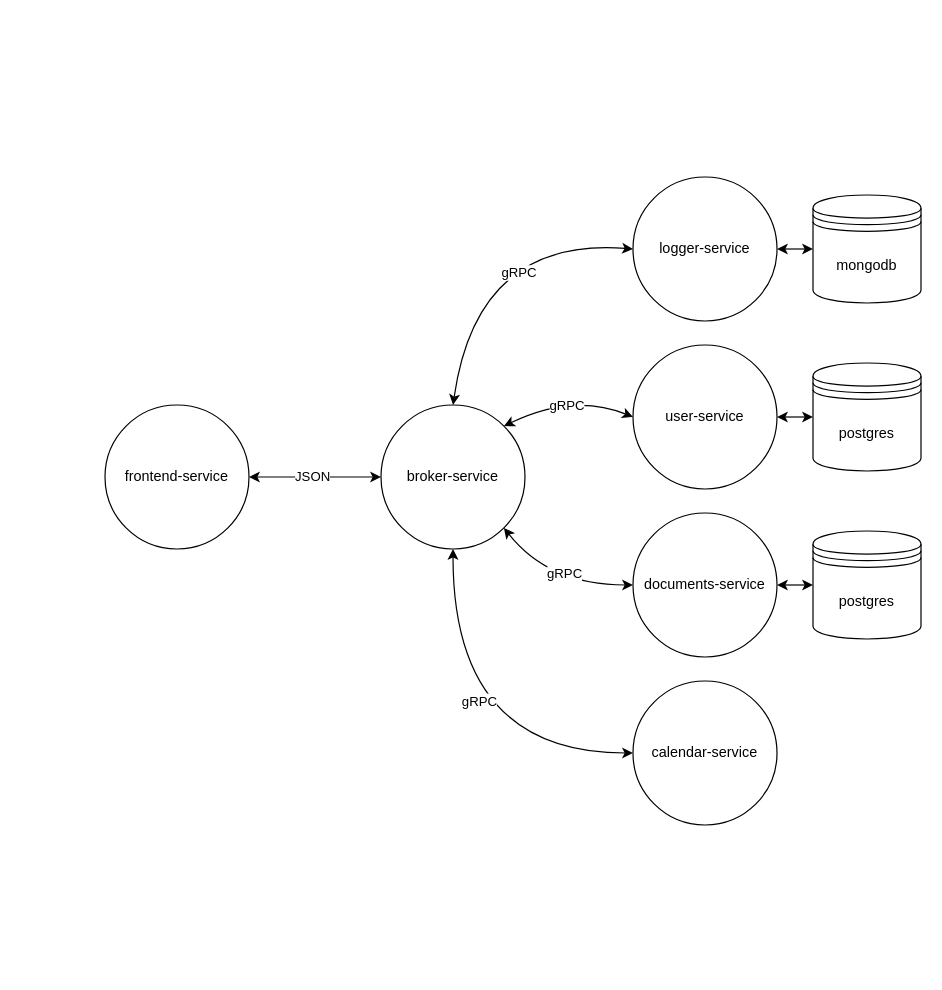
This is docs/diagrams/services-diagram.drawio from samgozman/validity.red, a draw.io file, before an edit. Source tidied: cells renumbered, new cells numbered last; positions are measured from the earlier drawing's top-left corner, leaving out a move shared by most shapes. Both pictures are drawn from the tidied source at 120%, with x=0, y=0 at pixel (104, 176).
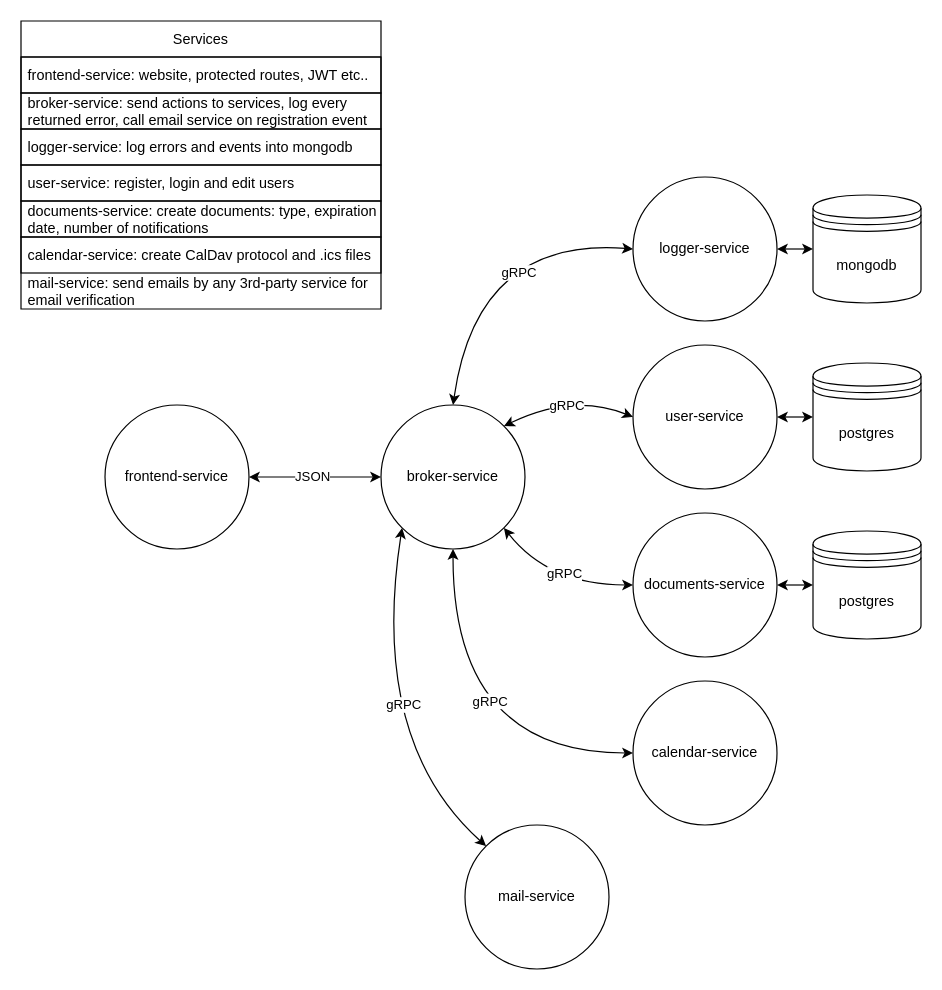
The same page after the edit.

Commit message (it also covers changes not shown here):
Add more information for diagram

The change refers to these unchanged cells:
```xml
<mxCell id="5" style="edgeStyle=orthogonalEdgeStyle;curved=1;jettySize=auto;html=1;exitX=0.5;exitY=1;exitDx=0;exitDy=0;entryX=0;entryY=0.5;entryDx=0;entryDy=0;startArrow=classic;startFill=1;" parent="1" edge="1" source="11" target="16">
  <mxGeometry relative="1" as="geometry" />
</mxCell>
<mxCell id="11" value="broker-service" style="ellipse;whiteSpace=wrap;html=1;" parent="1" vertex="1">
  <mxGeometry x="230" y="190" width="120" height="120" as="geometry" />
</mxCell>
```

Change to the diagram source:
```diff
@@
     <mxCell id="6" value="gRPC" style="edgeLabel;html=1;align=center;verticalAlign=middle;" parent="5" vertex="1">
-      <mxGeometry x="-0.21" y="21" relative="1" as="geometry" />
+      <mxGeometry x="-0.21" y="21" relative="1" as="geometry">
+        <mxPoint x="9" as="offset" />
+      </mxGeometry>
     </mxCell>
@@
+    <mxCell id="24" style="edgeStyle=none;curved=1;sketch=0;jettySize=auto;html=1;exitX=0;exitY=1;exitDx=0;exitDy=0;entryX=0;entryY=0;entryDx=0;entryDy=0;shadow=0;startArrow=classic;startFill=1;strokeWidth=1;" parent="1" edge="1" source="11" target="26">
+      <mxGeometry relative="1" as="geometry">
+        <Array as="points">
+          <mxPoint x="220" y="470" />
+        </Array>
+      </mxGeometry>
+    </mxCell>
+    <mxCell id="25" value="gRPC" style="edgeLabel;html=1;align=center;verticalAlign=middle;" parent="24" vertex="1">
+      <mxGeometry x="-0.07" y="23" relative="1" as="geometry" />
+    </mxCell>
@@
+    <mxCell id="26" value="mail-service" style="ellipse;whiteSpace=wrap;html=1;" parent="1" vertex="1">
+      <mxGeometry x="300" y="540" width="120" height="120" as="geometry" />
+    </mxCell>
+    <mxCell id="27" value="Services" style="swimlane;fontStyle=0;horizontal=1;startSize=30;" parent="1" vertex="1">
+      <mxGeometry x="-70" y="-130" width="300" height="240" as="geometry" />
+    </mxCell>
+    <mxCell id="28" value="frontend-service: website, protected routes, JWT etc.." style="text;strokeColor=default;fillColor=none;align=left;verticalAlign=middle;spacingLeft=4;spacingRight=4;overflow=hidden;spacingTop=0;spacing=2;spacingBottom=0;" parent="27" vertex="1">
+      <mxGeometry y="30" width="300" height="30" as="geometry" />
+    </mxCell>
+    <mxCell id="29" value="broker-service: send actions to services, log every&#10;returned error, call email service on registration event" style="text;strokeColor=default;fillColor=none;align=left;verticalAlign=middle;spacingLeft=4;spacingRight=4;overflow=hidden;spacingTop=0;spacing=2;spacingBottom=0;" parent="27" vertex="1">
+      <mxGeometry y="60" width="300" height="30" as="geometry" />
+    </mxCell>
+    <mxCell id="30" value="logger-service: log errors and events into mongodb" style="text;strokeColor=default;fillColor=none;align=left;verticalAlign=middle;spacingLeft=4;spacingRight=4;overflow=hidden;spacingTop=0;spacing=2;spacingBottom=0;" parent="27" vertex="1">
+      <mxGeometry y="90" width="300" height="30" as="geometry" />
+    </mxCell>
+    <mxCell id="31" value="user-service: register, login and edit users" style="text;strokeColor=default;fillColor=none;align=left;verticalAlign=middle;spacingLeft=4;spacingRight=4;overflow=hidden;spacingTop=0;spacing=2;spacingBottom=0;" parent="27" vertex="1">
+      <mxGeometry y="120" width="300" height="30" as="geometry" />
+    </mxCell>
+    <mxCell id="32" value="documents-service: create documents: type, expiration&#10;date, number of notifications" style="text;strokeColor=default;fillColor=none;align=left;verticalAlign=middle;spacingLeft=4;spacingRight=4;overflow=hidden;" parent="27" vertex="1">
+      <mxGeometry y="150" width="300" height="30" as="geometry" />
+    </mxCell>
+    <mxCell id="33" value="calendar-service: create CalDav protocol and .ics files " style="text;strokeColor=default;fillColor=none;align=left;verticalAlign=middle;spacingLeft=4;spacingRight=4;overflow=hidden;spacingTop=0;spacing=2;spacingBottom=0;" parent="27" vertex="1">
+      <mxGeometry y="180" width="300" height="30" as="geometry" />
+    </mxCell>
+    <mxCell id="34" value="mail-service: send emails by any 3rd-party service for&#10;email verification" style="text;strokeColor=none;fillColor=none;align=left;verticalAlign=middle;spacingLeft=4;spacingRight=4;overflow=hidden;spacingTop=0;spacing=2;spacingBottom=0;" parent="27" vertex="1">
+      <mxGeometry y="210" width="300" height="30" as="geometry" />
+    </mxCell>
```
